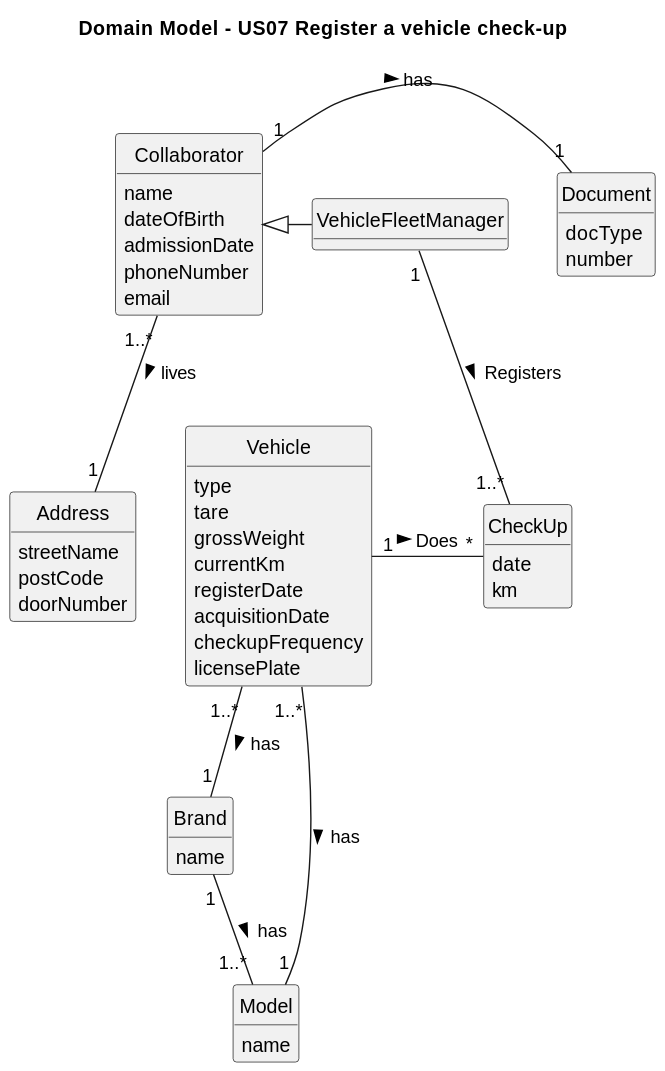
The PlantUML diagram docs/sprint2/us07/02.analysis/svg/us07-domain-model.svg in Departamento-de-Engenharia-Informatica/lei-24-s2-1db-g022, before a commit.
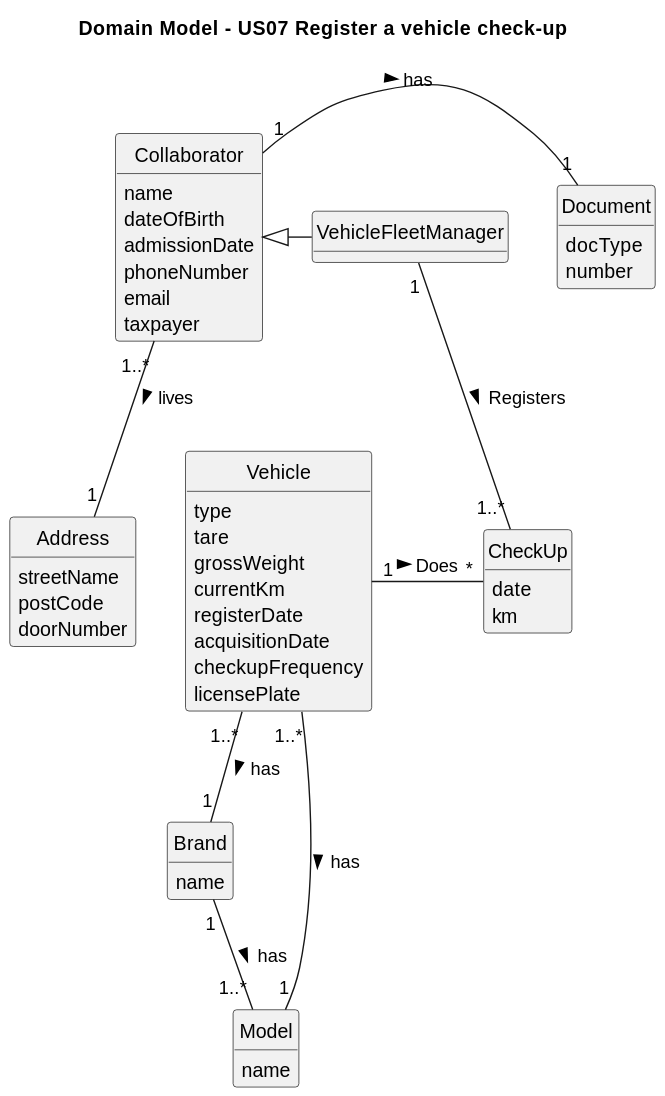
The same diagram one commit later.

What changed in the source:
```diff
@@ -14,6 +14,7 @@
     admissionDate
     phoneNumber
     email
+    taxpayer
 }
 
 class Document{
```
